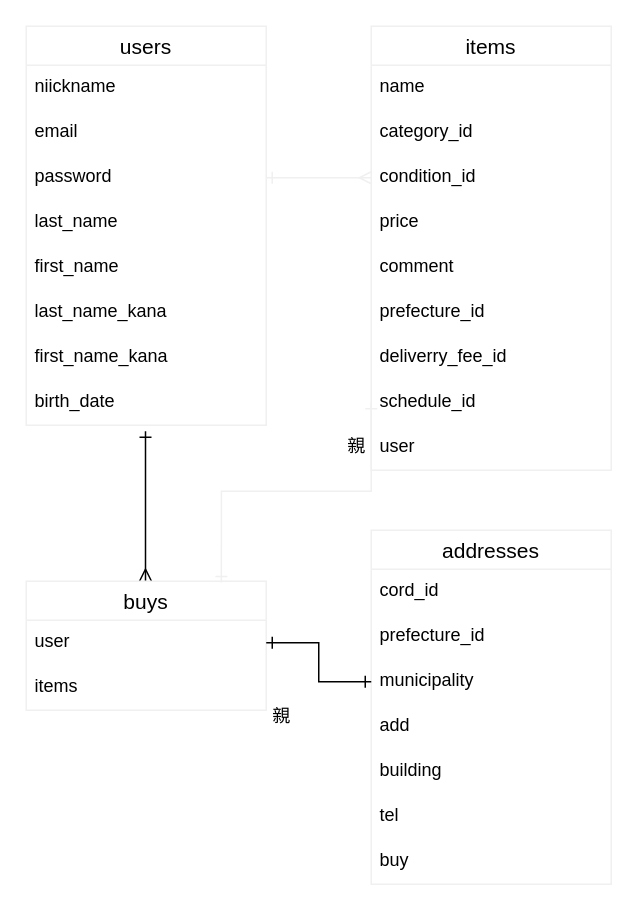
Earlier version of the draw.io diagram furima.dio (rdenden/furima-33051). Source tidied: cells renumbered, new cells numbered last; positions are measured from the earlier drawing's top-left corner, leaving out a move shared by most shapes. Both pictures are drawn from the tidied source at 150%, with x=0, y=0 at pixel (26, 26).
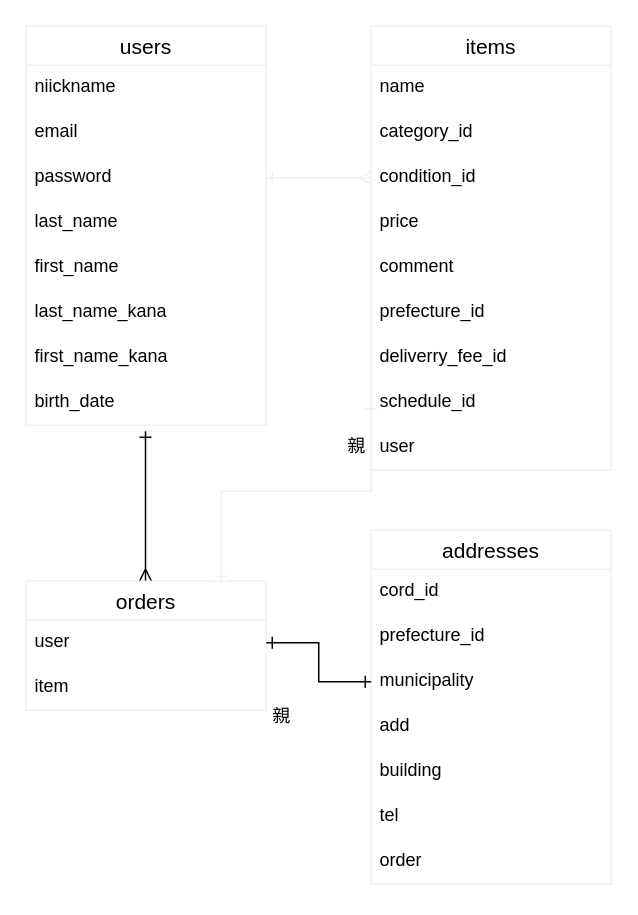
The same page after the edit.

Commit message (it also covers changes not shown here):
テーブル設計の"buy"を"order"

The change refers to these unchanged cells:
```xml
<mxCell id="27" value="addresses" style="swimlane;fontStyle=0;horizontal=1;startSize=26;align=center;fontSize=14;strokeColor=#F0F0F0;" parent="1" vertex="1">
  <mxGeometry x="230" y="336" width="160" height="236" as="geometry" />
</mxCell>
```

Diff of the diagram source:
```diff
@@
-    <mxCell id="12" value="buys" style="swimlane;fontStyle=0;horizontal=1;startSize=26;align=center;fontSize=14;strokeColor=#F0F0F0;" parent="1" vertex="1">
+    <mxCell id="12" value="orders" style="swimlane;fontStyle=0;horizontal=1;startSize=26;align=center;fontSize=14;strokeColor=#F0F0F0;" parent="1" vertex="1">
       <mxGeometry y="370" width="160" height="86" as="geometry" />
     </mxCell>
@@
-    <mxCell id="14" value="items" style="text;strokeColor=none;fillColor=none;spacingLeft=4;spacingRight=4;overflow=hidden;fontSize=12;" parent="12" vertex="1">
+    <mxCell id="14" value="item" style="text;strokeColor=none;fillColor=none;spacingLeft=4;spacingRight=4;overflow=hidden;fontSize=12;" parent="12" vertex="1">
       <mxGeometry y="56" width="160" height="30" as="geometry" />
     </mxCell>
@@
-    <mxCell id="34" value="buy" style="text;strokeColor=none;fillColor=none;spacingLeft=4;spacingRight=4;overflow=hidden;fontSize=12;" parent="27" vertex="1">
+    <mxCell id="34" value="order" style="text;strokeColor=none;fillColor=none;spacingLeft=4;spacingRight=4;overflow=hidden;fontSize=12;" parent="27" vertex="1">
       <mxGeometry y="206" width="160" height="30" as="geometry" />
     </mxCell>
```
